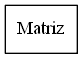
This is Proyecto1/Matriz.png from Eduardo01004/EDD_2S2019_PY1_201612124, a Graphviz export, as it was before one commit. Its source is kept beside it as Proyecto1/Matriz.dot.
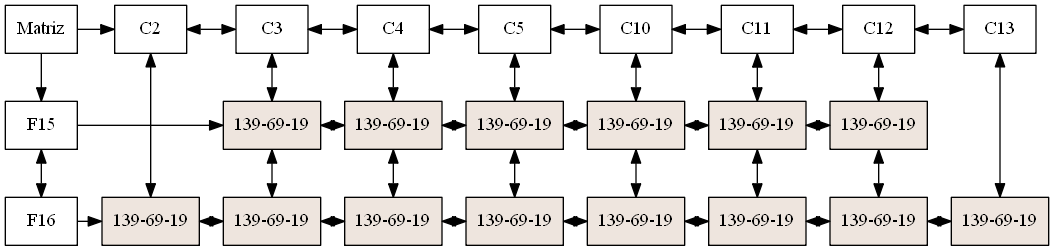
The same diagram one commit later.

The edit, as a diff of the source:
```diff
@@ -1,4 +1,69 @@
 digraph G{
 node [shape = box]
 raiz[label="Matriz"  group=1];
+12571472 [label="F15" group = 1];
+12571632 [label="F16" group = 1];
+12571472->12571632[dir=both];
+12571504 [label="C2" group = 4];
+12571120 [label="C3" group = 5];
+12571696 [label="C4" group = 6];
+12571248 [label="C5" group = 7];
+12571280 [label="C10" group = 12];
+12571408 [label="C11" group = 13];
+12571440 [label="C12" group = 14];
+12571568 [label="C13" group = 15];
+12571504->12571120[dir=both];
+12571120->12571696[dir=both];
+12571696->12571248[dir=both];
+12571248->12571280[dir=both];
+12571280->12571408[dir=both];
+12571408->12571440[dir=both];
+12571440->12571568[dir=both];
+raiz -> 12571472;
+raiz -> 12571504;
+{ rank  = same; raiz 12571504; 12571120; 12571696; 12571248; 12571280; 12571408; 12571440; 12571568; }
+12574288 [style=filled,fillcolor=seashell2,label= "139-69-19" group = 4 ];
+12574680 [style=filled,fillcolor=seashell2,label= "139-69-19" group = 5 ];
+12575464 [style=filled,fillcolor=seashell2,label= "139-69-19" group = 5 ];
+12574400 [style=filled,fillcolor=seashell2,label= "139-69-19" group = 6 ];
+12575688 [style=filled,fillcolor=seashell2,label= "139-69-19" group = 6 ];
+12574120 [style=filled,fillcolor=seashell2,label= "139-69-19" group = 7 ];
+12575296 [style=filled,fillcolor=seashell2,label= "139-69-19" group = 7 ];
+12574624 [style=filled,fillcolor=seashell2,label= "139-69-19" group = 12 ];
+12574960 [style=filled,fillcolor=seashell2,label= "139-69-19" group = 12 ];
+12574232 [style=filled,fillcolor=seashell2,label= "139-69-19" group = 13 ];
+12574848 [style=filled,fillcolor=seashell2,label= "139-69-19" group = 13 ];
+12574736 [style=filled,fillcolor=seashell2,label= "139-69-19" group = 14 ];
+12574512 [style=filled,fillcolor=seashell2,label= "139-69-19" group = 14 ];
+12575016 [style=filled,fillcolor=seashell2,label= "139-69-19" group = 15 ];
+12571472->12574680;
+12574680->12574400[dir=both];
+12574400->12574120[dir=both];
+12574120->12574624[dir=both];
+12574624->12574232[dir=both];
+12574232->12574736[dir=both];
+{ rank = same; 12571472; 12574680; 12574400; 12574120; 12574624; 12574232; 12574736; }
+12571632->12574288;
+12574288->12575464[dir=both];
+12575464->12575688[dir=both];
+12575688->12575296[dir=both];
+12575296->12574960[dir=both];
+12574960->12574848[dir=both];
+12574848->12574512[dir=both];
+12574512->12575016[dir=both];
+{ rank = same; 12571632; 12574288; 12575464; 12575688; 12575296; 12574960; 12574848; 12574512; 12575016; }
+12571504->12574288[dir=both];
+12571120->12574680[dir=both];
+12574680->12575464[dir=both];
+12571696->12574400[dir=both];
+12574400->12575688[dir=both];
+12571248->12574120[dir=both];
+12574120->12575296[dir=both];
+12571280->12574624[dir=both];
+12574624->12574960[dir=both];
+12571408->12574232[dir=both];
+12574232->12574848[dir=both];
+12571440->12574736[dir=both];
+12574736->12574512[dir=both];
+12571568->12575016[dir=both];
 }
```
